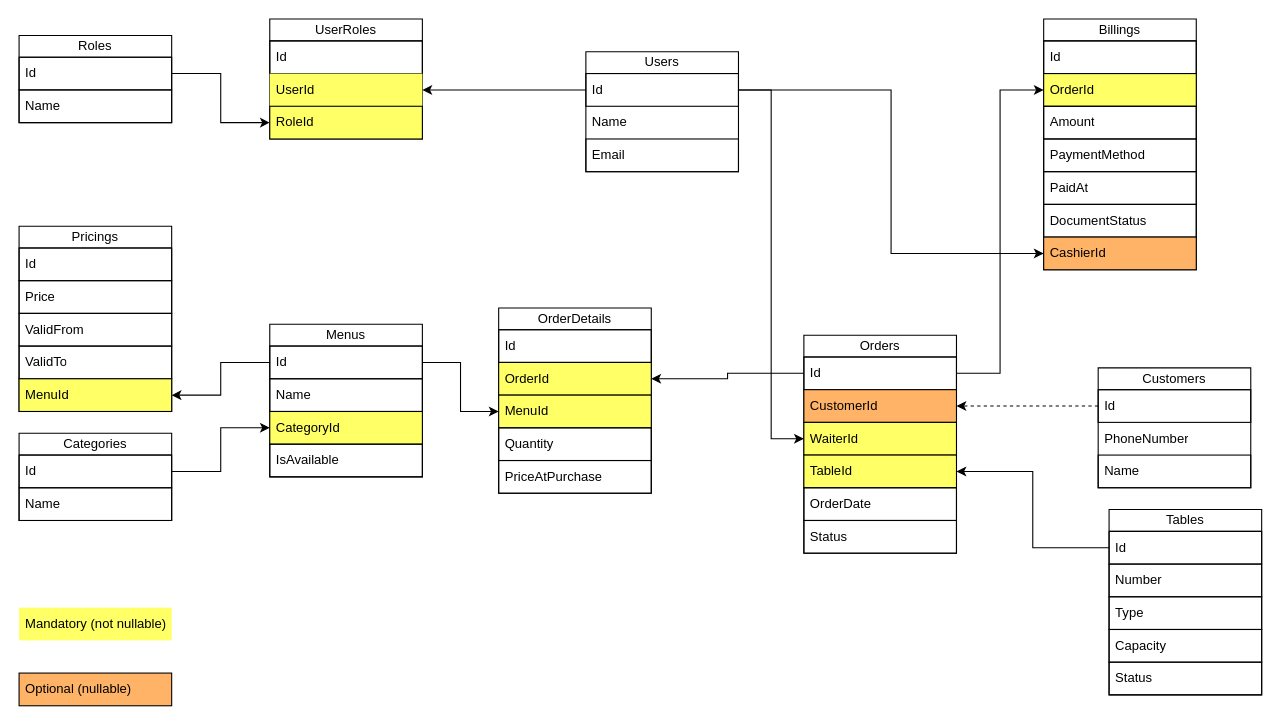
This is Diagram/Restaurant_v1.drawio from fazapoint/Restaurant-BackEnd, a draw.io file, before an edit. Source tidied: cells renumbered, new cells numbered last; positions are measured from the earlier drawing's top-left corner, leaving out a move shared by most shapes. Both pictures are drawn from the tidied source at 109%, with x=0, y=0 at pixel (19, 19).
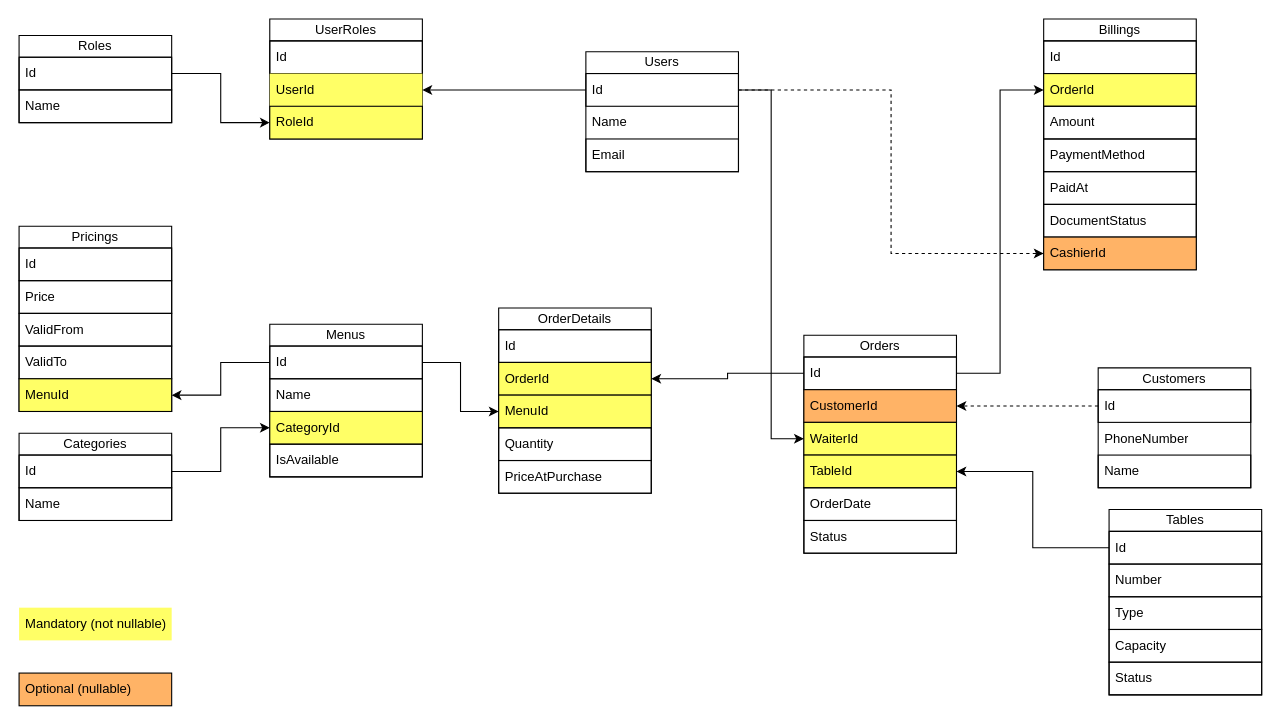
The same page after the edit.

Unchanged cells that the change refers to:
```xml
<mxCell id="3" value="Id" style="text;strokeColor=default;fillColor=none;align=left;verticalAlign=middle;spacingLeft=4;spacingRight=4;overflow=hidden;points=[[0,0.5],[1,0.5]];portConstraint=eastwest;whiteSpace=wrap;html=1;strokeWidth=1;" parent="2" vertex="1">
  <mxGeometry y="20" width="140" height="30" as="geometry" />
</mxCell>
<mxCell id="57" value="CashierId" style="text;strokeColor=default;fillColor=#FFB366;align=left;verticalAlign=middle;spacingLeft=4;spacingRight=4;overflow=hidden;points=[[0,0.5],[1,0.5]];portConstraint=eastwest;whiteSpace=wrap;html=1;" parent="50" vertex="1">
  <mxGeometry y="200" width="140" height="30" as="geometry" />
</mxCell>
```

The edit, as a diff of the source:
```diff
@@
-    <mxCell id="65" style="edgeStyle=orthogonalEdgeStyle;rounded=0;jettySize=auto;html=1;exitX=1;exitY=0.5;exitDx=0;exitDy=0;entryX=0;entryY=0.5;entryDx=0;entryDy=0;" parent="1" edge="1" source="3" target="57">
+    <mxCell id="65" style="edgeStyle=orthogonalEdgeStyle;rounded=0;jettySize=auto;html=1;exitX=1;exitY=0.5;exitDx=0;exitDy=0;entryX=0;entryY=0.5;entryDx=0;entryDy=0;dashed=1;" parent="1" edge="1" source="3" target="57">
       <mxGeometry relative="1" as="geometry" />
     </mxCell>
```
